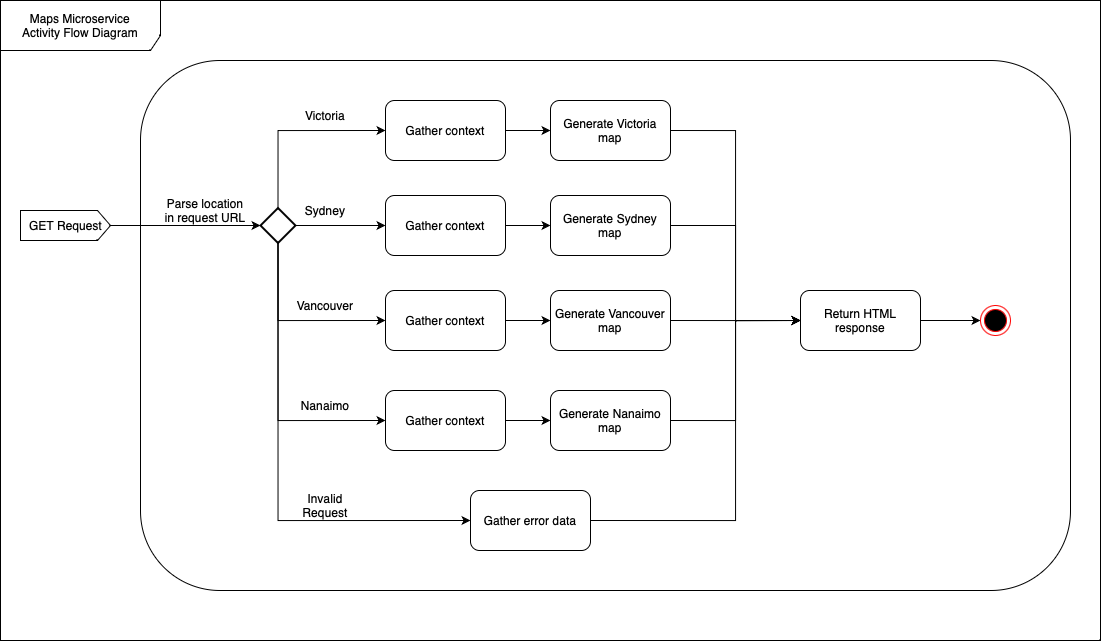
Above: Assets/M3/Maps_AFD.png in uvic-teach/project-m1-team9 (draw.io), before the change. Source tidied: cells renumbered, new cells last; positions are measured from the earlier drawing's top-left corner, leaving out a move shared by most shapes. Source of this version:
```xml
<mxGraphModel>
  <root>
    <mxCell id="0" />
    <mxCell id="1" parent="0" />
    <mxCell id="2" style="rounded=0;whiteSpace=wrap;html=1;" parent="1" vertex="1">
      <mxGeometry width="1100" height="640" as="geometry" />
    </mxCell>
    <mxCell id="3" value="Maps Microservice&lt;br&gt;Activity Flow Diagram" style="shape=umlFrame;whiteSpace=wrap;html=1;shadow=0;fillColor=#FFFFFF;width=160;height=50;" parent="1" vertex="1">
      <mxGeometry width="1100" height="640" as="geometry" />
    </mxCell>
    <mxCell id="4" style="rounded=1;whiteSpace=wrap;html=1;" parent="1" vertex="1">
      <mxGeometry x="140" y="60" width="930" height="530" as="geometry" />
    </mxCell>
    <mxCell id="5" value="GET Request" style="html=1;shadow=0;dashed=0;align=center;verticalAlign=middle;shape=mxgraph.arrows2.arrow;dy=0;dx=13;notch=0;" parent="1" vertex="1">
      <mxGeometry x="20" y="210" width="90" height="30" as="geometry" />
    </mxCell>
    <mxCell id="6" style="edgeStyle=orthogonalEdgeStyle;rounded=0;jettySize=auto;html=1;exitX=1;exitY=0.5;exitDx=0;exitDy=0;exitPerimeter=0;entryX=0;entryY=0.5;entryDx=0;entryDy=0;" parent="1" edge="1" source="11" target="17">
      <mxGeometry relative="1" as="geometry" />
    </mxCell>
    <mxCell id="7" style="edgeStyle=orthogonalEdgeStyle;rounded=0;jettySize=auto;html=1;exitX=0.5;exitY=0;exitDx=0;exitDy=0;exitPerimeter=0;entryX=0;entryY=0.5;entryDx=0;entryDy=0;" parent="1" edge="1" source="11" target="15">
      <mxGeometry relative="1" as="geometry" />
    </mxCell>
    <mxCell id="8" style="edgeStyle=orthogonalEdgeStyle;rounded=0;jettySize=auto;html=1;exitX=0.5;exitY=1;exitDx=0;exitDy=0;exitPerimeter=0;entryX=0;entryY=0.5;entryDx=0;entryDy=0;" parent="1" edge="1" source="11" target="19">
      <mxGeometry relative="1" as="geometry" />
    </mxCell>
    <mxCell id="9" style="edgeStyle=orthogonalEdgeStyle;rounded=0;jettySize=auto;html=1;exitX=0.5;exitY=1;exitDx=0;exitDy=0;exitPerimeter=0;entryX=0;entryY=0.5;entryDx=0;entryDy=0;" parent="1" edge="1" source="11" target="21">
      <mxGeometry relative="1" as="geometry" />
    </mxCell>
    <mxCell id="10" style="edgeStyle=orthogonalEdgeStyle;rounded=0;jettySize=auto;html=1;exitX=0.5;exitY=1;exitDx=0;exitDy=0;exitPerimeter=0;entryX=0;entryY=0.5;entryDx=0;entryDy=0;" parent="1" edge="1" source="11" target="27">
      <mxGeometry relative="1" as="geometry" />
    </mxCell>
    <mxCell id="11" style="strokeWidth=2;html=1;shape=mxgraph.flowchart.decision;whiteSpace=wrap;" parent="1" vertex="1">
      <mxGeometry x="260" y="207.5" width="35" height="35" as="geometry" />
    </mxCell>
    <mxCell id="12" style="edgeStyle=orthogonalEdgeStyle;rounded=0;jettySize=auto;html=1;exitX=1;exitY=0.5;exitDx=0;exitDy=0;exitPerimeter=0;entryX=0;entryY=0.5;entryDx=0;entryDy=0;entryPerimeter=0;" parent="1" edge="1" source="5" target="11">
      <mxGeometry relative="1" as="geometry" />
    </mxCell>
    <mxCell id="13" value="Parse location in request URL" style="text;html=1;strokeColor=none;fillColor=none;align=center;verticalAlign=middle;whiteSpace=wrap;rounded=0;" parent="1" vertex="1">
      <mxGeometry x="160" y="195" width="90" height="30" as="geometry" />
    </mxCell>
    <mxCell id="14" style="edgeStyle=orthogonalEdgeStyle;rounded=0;jettySize=auto;html=1;exitX=1;exitY=0.5;exitDx=0;exitDy=0;entryX=0;entryY=0.5;entryDx=0;entryDy=0;" parent="1" edge="1" source="15" target="29">
      <mxGeometry relative="1" as="geometry" />
    </mxCell>
    <mxCell id="15" value="Gather context" style="rounded=1;whiteSpace=wrap;html=1;" parent="1" vertex="1">
      <mxGeometry x="385" y="100" width="120" height="60" as="geometry" />
    </mxCell>
    <mxCell id="16" style="edgeStyle=orthogonalEdgeStyle;rounded=0;jettySize=auto;html=1;exitX=1;exitY=0.5;exitDx=0;exitDy=0;entryX=0;entryY=0.5;entryDx=0;entryDy=0;" parent="1" edge="1" source="17" target="32">
      <mxGeometry relative="1" as="geometry" />
    </mxCell>
    <mxCell id="17" value="Gather context" style="rounded=1;whiteSpace=wrap;html=1;" parent="1" vertex="1">
      <mxGeometry x="385" y="195" width="120" height="60" as="geometry" />
    </mxCell>
    <mxCell id="18" style="edgeStyle=orthogonalEdgeStyle;rounded=0;jettySize=auto;html=1;exitX=1;exitY=0.5;exitDx=0;exitDy=0;entryX=0;entryY=0.5;entryDx=0;entryDy=0;" parent="1" edge="1" source="19" target="34">
      <mxGeometry relative="1" as="geometry" />
    </mxCell>
    <mxCell id="19" value="Gather context" style="rounded=1;whiteSpace=wrap;html=1;" parent="1" vertex="1">
      <mxGeometry x="385" y="290" width="120" height="60" as="geometry" />
    </mxCell>
    <mxCell id="20" style="edgeStyle=orthogonalEdgeStyle;rounded=0;jettySize=auto;html=1;exitX=1;exitY=0.5;exitDx=0;exitDy=0;entryX=0;entryY=0.5;entryDx=0;entryDy=0;" parent="1" edge="1" source="21" target="36">
      <mxGeometry relative="1" as="geometry" />
    </mxCell>
    <mxCell id="21" value="Gather context" style="rounded=1;whiteSpace=wrap;html=1;" parent="1" vertex="1">
      <mxGeometry x="385" y="390" width="120" height="60" as="geometry" />
    </mxCell>
    <mxCell id="22" value="Victoria" style="text;html=1;strokeColor=none;fillColor=none;align=center;verticalAlign=middle;whiteSpace=wrap;rounded=0;" parent="1" vertex="1">
      <mxGeometry x="295" y="100" width="60" height="30" as="geometry" />
    </mxCell>
    <mxCell id="23" value="Sydney" style="text;html=1;strokeColor=none;fillColor=none;align=center;verticalAlign=middle;whiteSpace=wrap;rounded=0;" parent="1" vertex="1">
      <mxGeometry x="295" y="195" width="60" height="30" as="geometry" />
    </mxCell>
    <mxCell id="24" value="Vancouver" style="text;html=1;strokeColor=none;fillColor=none;align=center;verticalAlign=middle;whiteSpace=wrap;rounded=0;" parent="1" vertex="1">
      <mxGeometry x="295" y="290" width="60" height="30" as="geometry" />
    </mxCell>
    <mxCell id="25" value="Nanaimo" style="text;html=1;strokeColor=none;fillColor=none;align=center;verticalAlign=middle;whiteSpace=wrap;rounded=0;" parent="1" vertex="1">
      <mxGeometry x="295" y="390" width="60" height="30" as="geometry" />
    </mxCell>
    <mxCell id="26" style="edgeStyle=orthogonalEdgeStyle;rounded=0;jettySize=auto;html=1;exitX=1;exitY=0.5;exitDx=0;exitDy=0;entryX=0;entryY=0.5;entryDx=0;entryDy=0;" parent="1" edge="1" source="27" target="38">
      <mxGeometry relative="1" as="geometry">
        <Array as="points">
          <mxPoint x="735" y="520" />
          <mxPoint x="735" y="320" />
        </Array>
      </mxGeometry>
    </mxCell>
    <mxCell id="27" value="Gather error data" style="rounded=1;whiteSpace=wrap;html=1;" parent="1" vertex="1">
      <mxGeometry x="470" y="490" width="120" height="60" as="geometry" />
    </mxCell>
    <mxCell id="28" style="edgeStyle=orthogonalEdgeStyle;rounded=0;jettySize=auto;html=1;exitX=1;exitY=0.5;exitDx=0;exitDy=0;entryX=0;entryY=0.5;entryDx=0;entryDy=0;" parent="1" edge="1" source="29" target="38">
      <mxGeometry relative="1" as="geometry" />
    </mxCell>
    <mxCell id="29" value="Generate Victoria map" style="rounded=1;whiteSpace=wrap;html=1;" parent="1" vertex="1">
      <mxGeometry x="550" y="100" width="120" height="60" as="geometry" />
    </mxCell>
    <mxCell id="30" value="Invalid Request" style="text;html=1;strokeColor=none;fillColor=none;align=center;verticalAlign=middle;whiteSpace=wrap;rounded=0;" parent="1" vertex="1">
      <mxGeometry x="295" y="490" width="60" height="30" as="geometry" />
    </mxCell>
    <mxCell id="31" style="edgeStyle=orthogonalEdgeStyle;rounded=0;jettySize=auto;html=1;exitX=1;exitY=0.5;exitDx=0;exitDy=0;entryX=0;entryY=0.5;entryDx=0;entryDy=0;" parent="1" edge="1" source="32" target="38">
      <mxGeometry relative="1" as="geometry" />
    </mxCell>
    <mxCell id="32" value="Generate Sydney map" style="rounded=1;whiteSpace=wrap;html=1;" parent="1" vertex="1">
      <mxGeometry x="550" y="195" width="120" height="60" as="geometry" />
    </mxCell>
    <mxCell id="33" style="edgeStyle=orthogonalEdgeStyle;rounded=0;jettySize=auto;html=1;exitX=1;exitY=0.5;exitDx=0;exitDy=0;" parent="1" edge="1" source="34">
      <mxGeometry relative="1" as="geometry">
        <mxPoint x="800" y="320" as="targetPoint" />
      </mxGeometry>
    </mxCell>
    <mxCell id="34" value="Generate Vancouver map" style="rounded=1;whiteSpace=wrap;html=1;" parent="1" vertex="1">
      <mxGeometry x="550" y="290" width="120" height="60" as="geometry" />
    </mxCell>
    <mxCell id="35" style="edgeStyle=orthogonalEdgeStyle;rounded=0;jettySize=auto;html=1;exitX=1;exitY=0.5;exitDx=0;exitDy=0;entryX=0;entryY=0.5;entryDx=0;entryDy=0;" parent="1" edge="1" source="36" target="38">
      <mxGeometry relative="1" as="geometry" />
    </mxCell>
    <mxCell id="36" value="Generate Nanaimo map" style="rounded=1;whiteSpace=wrap;html=1;" parent="1" vertex="1">
      <mxGeometry x="550" y="390" width="120" height="60" as="geometry" />
    </mxCell>
    <mxCell id="37" style="edgeStyle=orthogonalEdgeStyle;rounded=0;jettySize=auto;html=1;exitX=1;exitY=0.5;exitDx=0;exitDy=0;entryX=0;entryY=0.5;entryDx=0;entryDy=0;" parent="1" edge="1" source="38" target="39">
      <mxGeometry relative="1" as="geometry" />
    </mxCell>
    <mxCell id="38" value="Return HTML response" style="rounded=1;whiteSpace=wrap;html=1;" parent="1" vertex="1">
      <mxGeometry x="800" y="290" width="120" height="60" as="geometry" />
    </mxCell>
    <mxCell id="39" style="ellipse;html=1;shape=endState;fillColor=#000000;strokeColor=#ff0000;" parent="1" vertex="1">
      <mxGeometry x="980" y="305" width="30" height="30" as="geometry" />
    </mxCell>
  </root>
</mxGraphModel>
```
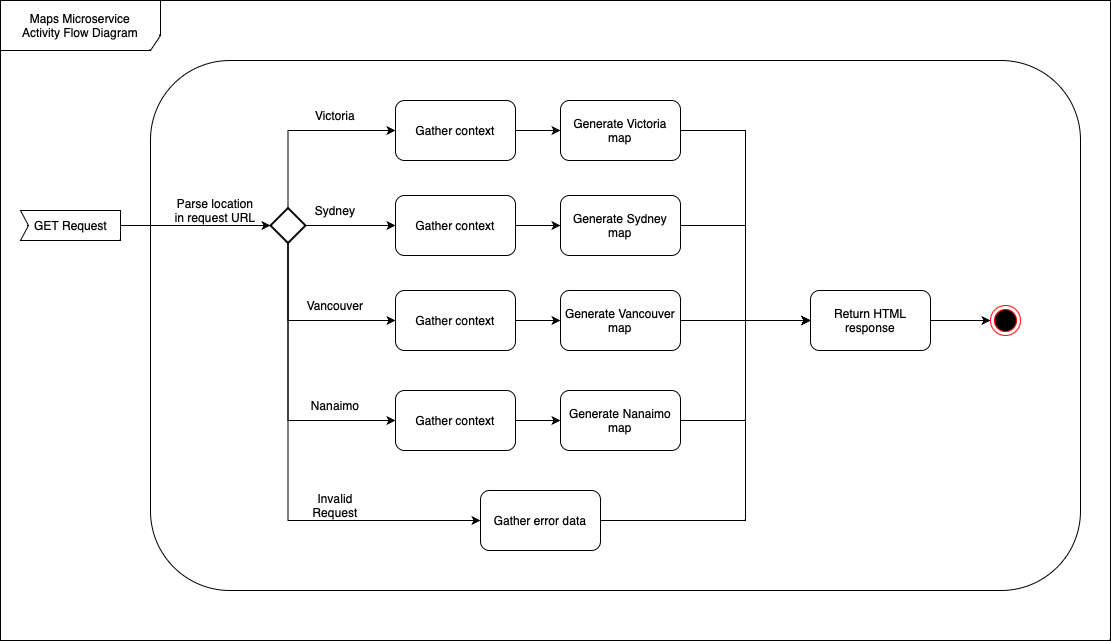
The same diagram one commit later.

Change to the diagram source:
```diff
@@ -3,16 +3,16 @@
     <mxCell id="0" />
     <mxCell id="1" parent="0" />
     <mxCell id="2" style="rounded=0;whiteSpace=wrap;html=1;" parent="1" vertex="1">
-      <mxGeometry width="1100" height="640" as="geometry" />
+      <mxGeometry x="-10" width="1110" height="640" as="geometry" />
     </mxCell>
     <mxCell id="3" value="Maps Microservice&lt;br&gt;Activity Flow Diagram" style="shape=umlFrame;whiteSpace=wrap;html=1;shadow=0;fillColor=#FFFFFF;width=160;height=50;" parent="1" vertex="1">
-      <mxGeometry width="1100" height="640" as="geometry" />
+      <mxGeometry x="-10" width="1110" height="640" as="geometry" />
     </mxCell>
     <mxCell id="4" style="rounded=1;whiteSpace=wrap;html=1;" parent="1" vertex="1">
       <mxGeometry x="140" y="60" width="930" height="530" as="geometry" />
     </mxCell>
-    <mxCell id="5" value="GET Request" style="html=1;shadow=0;dashed=0;align=center;verticalAlign=middle;shape=mxgraph.arrows2.arrow;dy=0;dx=13;notch=0;" parent="1" vertex="1">
-      <mxGeometry x="20" y="210" width="90" height="30" as="geometry" />
+    <mxCell id="5" value="GET Request" style="html=1;shadow=0;dashed=0;align=center;verticalAlign=middle;shape=mxgraph.arrows2.arrow;dy=0;dx=0;notch=8;" parent="1" vertex="1">
+      <mxGeometry x="10" y="210" width="100" height="30" as="geometry" />
     </mxCell>
     <mxCell id="6" style="edgeStyle=orthogonalEdgeStyle;rounded=0;jettySize=auto;html=1;exitX=1;exitY=0.5;exitDx=0;exitDy=0;exitPerimeter=0;entryX=0;entryY=0.5;entryDx=0;entryDy=0;" parent="1" edge="1" source="11" target="17">
       <mxGeometry relative="1" as="geometry" />
```
